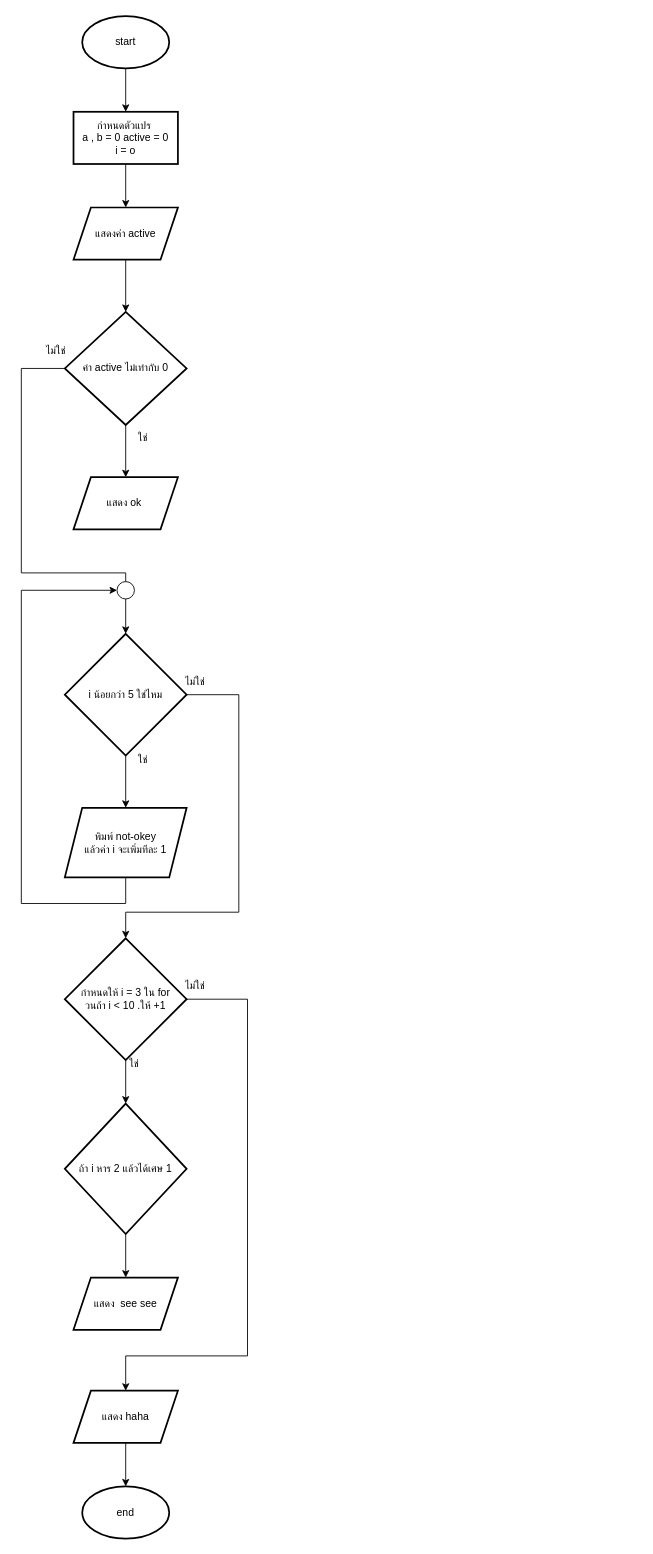
The draw.io diagram HW/HW03-2.drawio in khowtung/ENGCE117, before the edit. Source tidied: cells renumbered, new cells numbered last; positions are measured from the earlier drawing's top-left corner, leaving out a move shared by most shapes. Both pictures are drawn from the tidied source at 87%, with x=0, y=0 at pixel (21, 16).
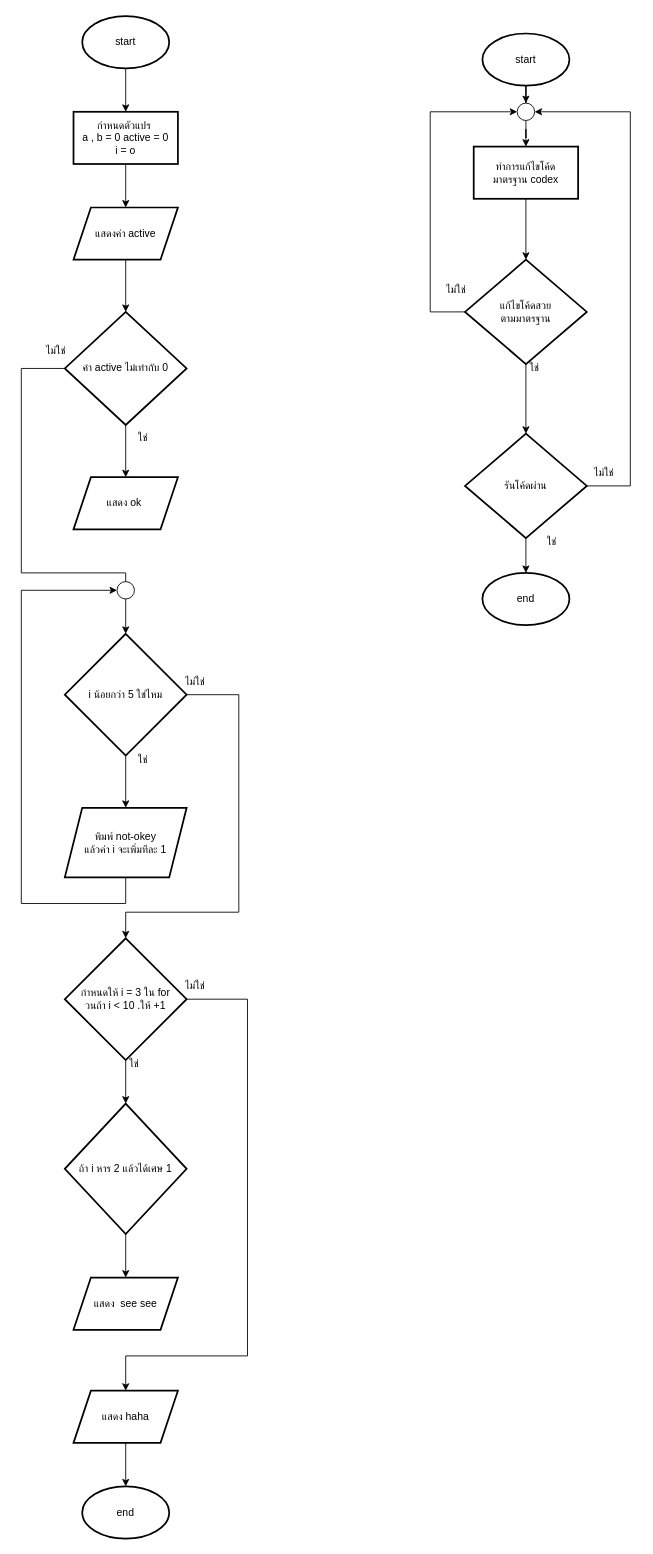
The same page after the edit.

Diff of the diagram source:
```diff
@@
+    <mxCell id="33" style="edgeStyle=orthogonalEdgeStyle;rounded=0;jettySize=auto;html=1;" parent="1" edge="1" source="43" target="36">
+      <mxGeometry relative="1" as="geometry" />
+    </mxCell>
+    <mxCell id="34" value="start" style="strokeWidth=2;html=1;shape=mxgraph.flowchart.start_1;whiteSpace=wrap;" parent="1" vertex="1">
+      <mxGeometry x="530" y="20" width="100" height="60" as="geometry" />
+    </mxCell>
+    <mxCell id="35" style="edgeStyle=orthogonalEdgeStyle;rounded=0;jettySize=auto;html=1;" parent="1" edge="1" source="36" target="39">
+      <mxGeometry relative="1" as="geometry" />
+    </mxCell>
+    <mxCell id="36" value="ทำการแก้ไขโค้ด&lt;div&gt;มาตรฐาน codex&lt;/div&gt;" style="whiteSpace=wrap;html=1;strokeWidth=2;" parent="1" vertex="1">
+      <mxGeometry x="520" y="150" width="120" height="60" as="geometry" />
+    </mxCell>
+    <mxCell id="37" style="edgeStyle=orthogonalEdgeStyle;rounded=0;jettySize=auto;html=1;" parent="1" edge="1" source="39" target="41">
+      <mxGeometry relative="1" as="geometry" />
+    </mxCell>
+    <mxCell id="38" style="edgeStyle=orthogonalEdgeStyle;rounded=0;jettySize=auto;html=1;entryX=0;entryY=0.5;entryDx=0;entryDy=0;entryPerimeter=0;" parent="1" edge="1" source="39" target="43">
+      <mxGeometry relative="1" as="geometry">
+        <Array as="points">
+          <mxPoint x="470" y="340" />
+          <mxPoint x="470" y="110" />
+        </Array>
+      </mxGeometry>
+    </mxCell>
+    <mxCell id="39" value="แก้ไขโค้ดสวย&lt;div&gt;ตามมาตรฐาน&lt;/div&gt;" style="rhombus;whiteSpace=wrap;html=1;strokeWidth=2;" parent="1" vertex="1">
+      <mxGeometry x="510" y="280" width="140" height="120" as="geometry" />
+    </mxCell>
+    <mxCell id="40" style="edgeStyle=orthogonalEdgeStyle;rounded=0;jettySize=auto;html=1;" parent="1" edge="1" source="41" target="49">
+      <mxGeometry relative="1" as="geometry" />
+    </mxCell>
+    <mxCell id="41" value="รันโค้ดผ่าน" style="rhombus;whiteSpace=wrap;html=1;strokeWidth=2;" parent="1" vertex="1">
+      <mxGeometry x="510" y="480" width="140" height="120" as="geometry" />
+    </mxCell>
+    <mxCell id="42" style="edgeStyle=orthogonalEdgeStyle;rounded=0;jettySize=auto;html=1;" parent="1" edge="1" source="34" target="43">
+      <mxGeometry relative="1" as="geometry" />
+    </mxCell>
+    <mxCell id="43" style="verticalLabelPosition=bottom;verticalAlign=top;html=1;shape=mxgraph.flowchart.on-page_reference;" parent="1" vertex="1">
+      <mxGeometry x="570" y="100" width="20" height="20" as="geometry" />
+    </mxCell>
+    <mxCell id="44" value="ใช่" style="text;html=1;align=center;verticalAlign=middle;whiteSpace=wrap;rounded=0;" parent="1" vertex="1">
+      <mxGeometry x="560" y="390" width="60" height="30" as="geometry" />
+    </mxCell>
+    <mxCell id="45" value="ไม่ใช่" style="text;html=1;align=center;verticalAlign=middle;whiteSpace=wrap;rounded=0;" parent="1" vertex="1">
+      <mxGeometry x="470" y="300" width="60" height="30" as="geometry" />
+    </mxCell>
+    <mxCell id="46" style="edgeStyle=orthogonalEdgeStyle;rounded=0;jettySize=auto;html=1;entryX=1;entryY=0.5;entryDx=0;entryDy=0;entryPerimeter=0;" parent="1" edge="1" source="41" target="43">
+      <mxGeometry relative="1" as="geometry">
+        <Array as="points">
+          <mxPoint x="700" y="540" />
+          <mxPoint x="700" y="110" />
+        </Array>
+      </mxGeometry>
+    </mxCell>
+    <mxCell id="47" value="ไม่ใช่" style="text;html=1;align=center;verticalAlign=middle;whiteSpace=wrap;rounded=0;" parent="1" vertex="1">
+      <mxGeometry x="640" y="510" width="60" height="30" as="geometry" />
+    </mxCell>
+    <mxCell id="48" value="ใช่" style="text;html=1;align=center;verticalAlign=middle;whiteSpace=wrap;rounded=0;" parent="1" vertex="1">
+      <mxGeometry x="580" y="590" width="60" height="30" as="geometry" />
+    </mxCell>
+    <mxCell id="49" value="end" style="strokeWidth=2;html=1;shape=mxgraph.flowchart.start_1;whiteSpace=wrap;" parent="1" vertex="1">
+      <mxGeometry x="530" y="640" width="100" height="60" as="geometry" />
+    </mxCell>
```
